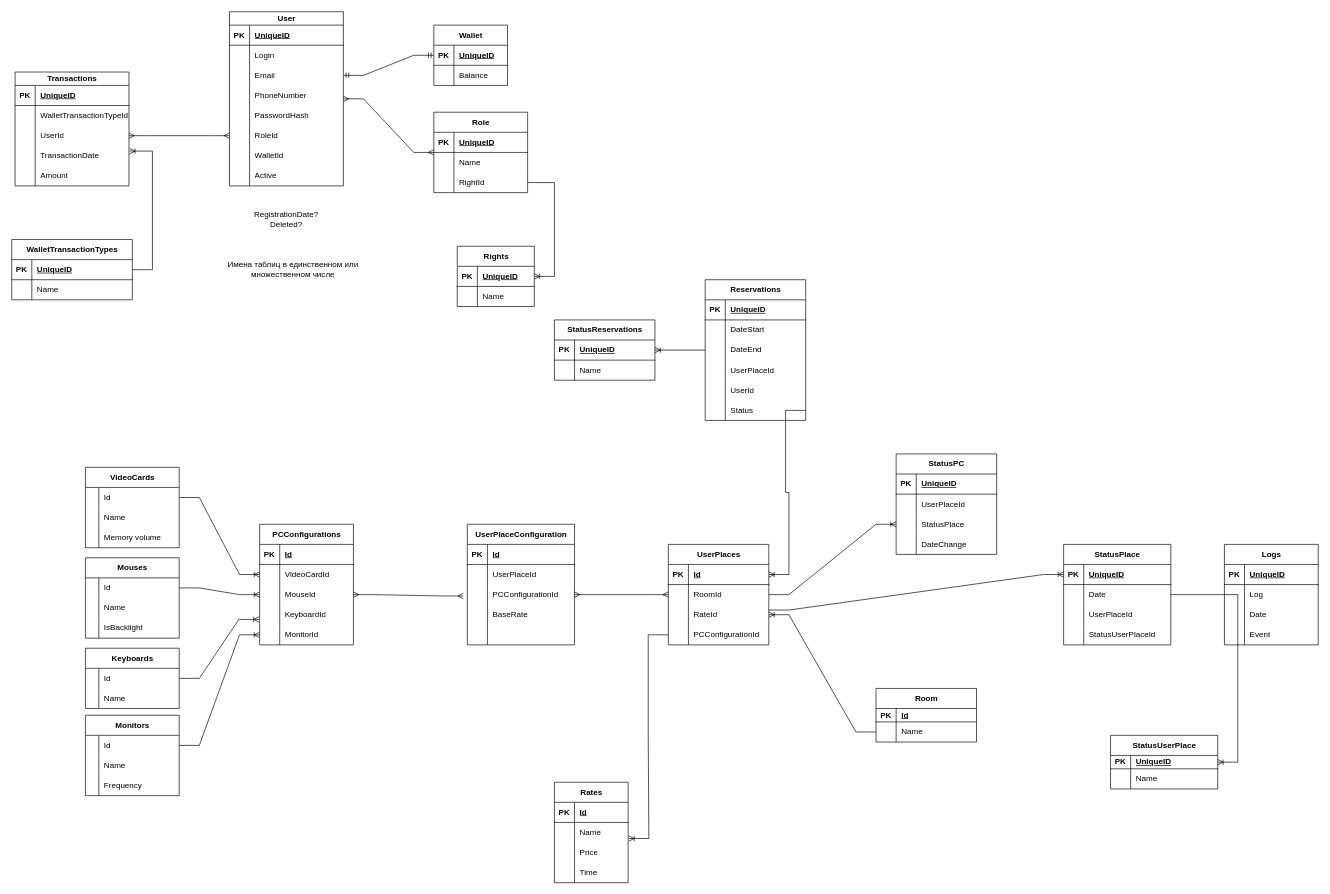
IIeasyII/night-meerkats keeps this draw.io diagram as ER night-meerkats.drawio. Above is the earlier version. Source tidied: cells renumbered, new cells numbered last; positions are measured from the earlier drawing's top-left corner, leaving out a move shared by most shapes. Both pictures are drawn from the tidied source at 67%, with x=0, y=0 at pixel (11, 11).
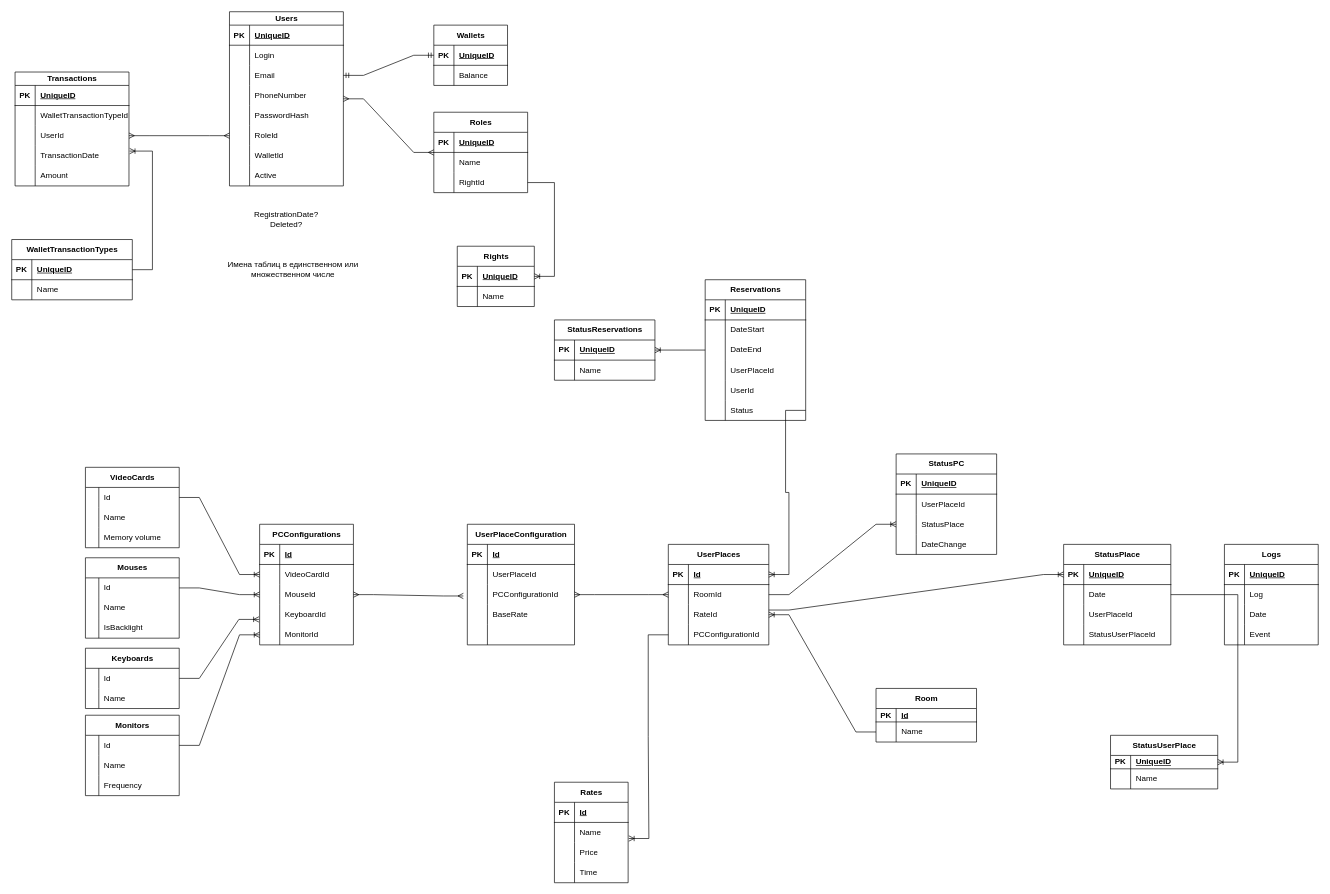
Above is the later version.

Change to the diagram source:
```diff
@@
-    <mxCell id="2" value="Role" style="shape=table;startSize=30;childLayout=tableLayout;rowLines=0;fontStyle=1;align=center;html=1;" parent="1" vertex="1">
+    <mxCell id="2" value="Roles" style="shape=table;startSize=30;childLayout=tableLayout;rowLines=0;fontStyle=1;align=center;html=1;" parent="1" vertex="1">
       <mxGeometry x="630" y="150" width="140" height="120" as="geometry" />
     </mxCell>
@@
-    <mxCell id="19" value="Wallet" style="shape=table;startSize=30;childLayout=tableLayout;rowLines=0;fontStyle=1;align=center;html=1;" parent="1" vertex="1">
+    <mxCell id="19" value="Wallets" style="shape=table;startSize=30;childLayout=tableLayout;rowLines=0;fontStyle=1;align=center;html=1;" parent="1" vertex="1">
       <mxGeometry x="630" y="20" width="110" height="90" as="geometry" />
     </mxCell>
@@
-    <mxCell id="26" value="User" style="shape=table;startSize=20;childLayout=tableLayout;rowLines=0;fontStyle=1;align=center;html=1;" parent="1" vertex="1">
+    <mxCell id="26" value="Users" style="shape=table;startSize=20;childLayout=tableLayout;rowLines=0;fontStyle=1;align=center;html=1;" parent="1" vertex="1">
       <mxGeometry x="325" width="170" height="260" as="geometry" />
     </mxCell>
```
